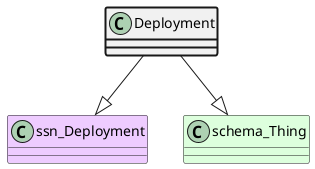
This is ttl_uml/ttl_appn_Deployment.png from aus-plant-phenomics-network/appn-schema, a PlantUML export, as it was before one commit. The source it was exported from:
```plantuml
@startuml
class Deployment  #line.bold
class ssn_Deployment #EECCFF
Deployment --|> ssn_Deployment
class schema_Thing #DDFFDD
Deployment --|> schema_Thing
@enduml
```
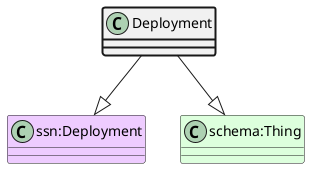
After the change.

Change to the diagram source:
```diff
@@ -1,7 +1,7 @@
 @startuml
 class Deployment  #line.bold
-class ssn_Deployment #EECCFF
-Deployment --|> ssn_Deployment
-class schema_Thing #DDFFDD
-Deployment --|> schema_Thing
+class "ssn:Deployment" #EECCFF
+Deployment --|> "ssn:Deployment"
+class "schema:Thing" #DDFFDD
+Deployment --|> "schema:Thing"
 @enduml
```
